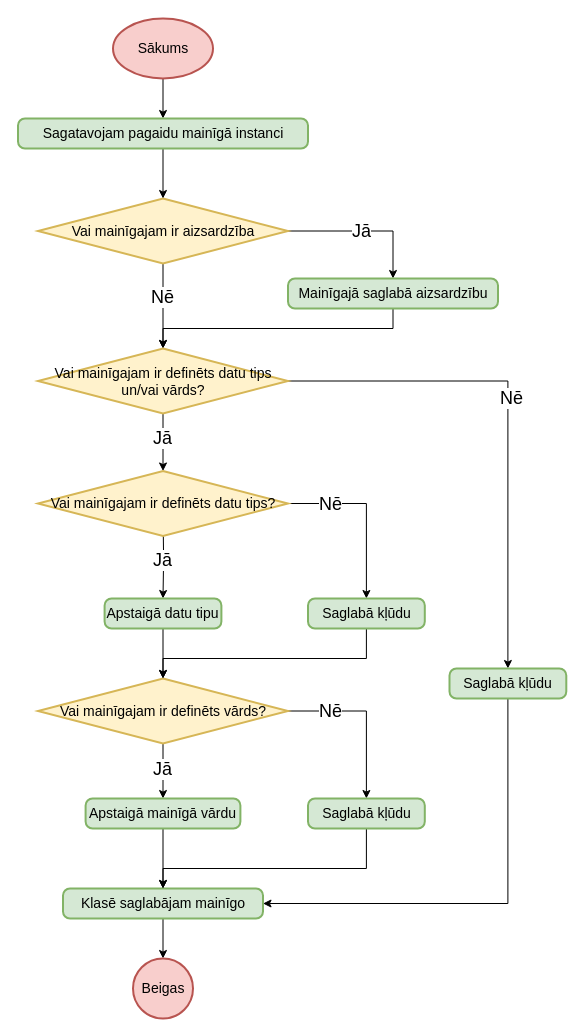
artiks12/webAppOS keeps this draw.io diagram as page "Lauka pamatkompilēšana" (2 of 5) of src/Kvalifikacijas darbs/Diagrammas/Kompilators/Lauki un mainīgie.drawio. Above is the earlier version. Source tidied: cells renumbered, new cells numbered last; positions are measured from the earlier drawing's top-left corner, leaving out a move shared by most shapes. Both pictures are drawn from the tidied source at 100%, with x=0, y=0 at pixel (18, 18).
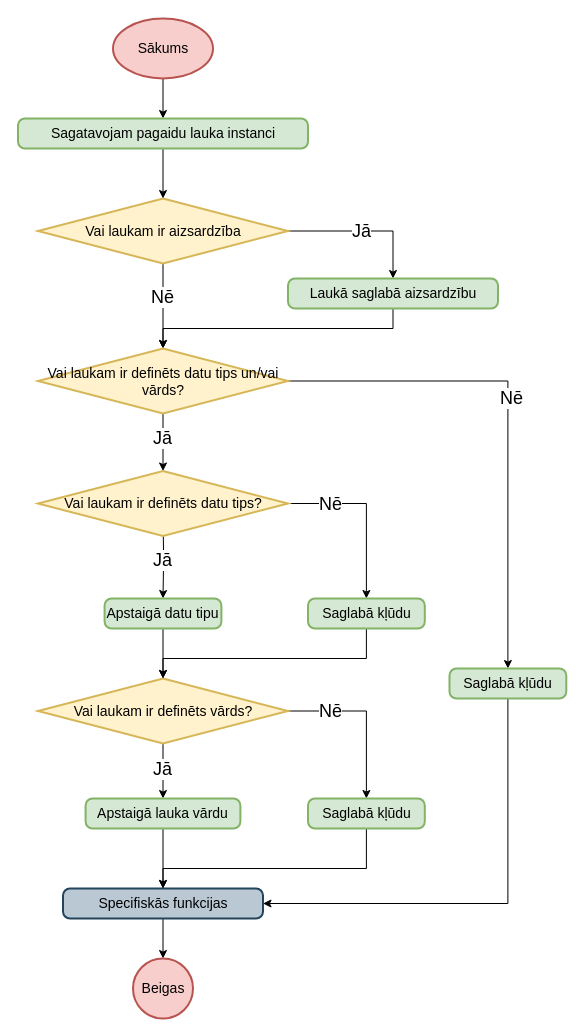
Above is the later version.

What changed in the source:
```diff
@@
-    <mxCell id="8" value="Vai mainīgajam ir aizsardzība" style="strokeWidth=2;html=1;shape=mxgraph.flowchart.decision;whiteSpace=wrap;fontSize=14;fillColor=#fff2cc;strokeColor=#d6b656;" parent="1" vertex="1">
+    <mxCell id="8" value="Vai laukam ir aizsardzība" style="strokeWidth=2;html=1;shape=mxgraph.flowchart.decision;whiteSpace=wrap;fontSize=14;fillColor=#fff2cc;strokeColor=#d6b656;" parent="1" vertex="1">
       <mxGeometry x="19.5" y="180" width="250" height="65" as="geometry" />
     </mxCell>
@@
-    <mxCell id="10" value="Sagatavojam pagaidu mainīgā instanci" style="rounded=1;whiteSpace=wrap;html=1;absoluteArcSize=1;arcSize=14;strokeWidth=2;fontSize=14;fillColor=#d5e8d4;strokeColor=#82b366;" parent="1" vertex="1">
+    <mxCell id="10" value="Sagatavojam pagaidu lauka instanci" style="rounded=1;whiteSpace=wrap;html=1;absoluteArcSize=1;arcSize=14;strokeWidth=2;fontSize=14;fillColor=#d5e8d4;strokeColor=#82b366;" parent="1" vertex="1">
       <mxGeometry x="-0.5" y="100" width="290" height="30" as="geometry" />
     </mxCell>
@@
-    <mxCell id="12" value="Mainīgajā saglabā aizsardzību" style="rounded=1;whiteSpace=wrap;html=1;absoluteArcSize=1;arcSize=14;strokeWidth=2;fontSize=14;fillColor=#d5e8d4;strokeColor=#82b366;" parent="1" vertex="1">
+    <mxCell id="12" value="Laukā saglabā aizsardzību" style="rounded=1;whiteSpace=wrap;html=1;absoluteArcSize=1;arcSize=14;strokeWidth=2;fontSize=14;fillColor=#d5e8d4;strokeColor=#82b366;" parent="1" vertex="1">
       <mxGeometry x="269.5" y="260" width="210" height="30" as="geometry" />
     </mxCell>
@@
-    <mxCell id="17" value="Vai mainīgajam ir definēts datu tips un/vai vārds?" style="strokeWidth=2;html=1;shape=mxgraph.flowchart.decision;whiteSpace=wrap;fontSize=14;fillColor=#fff2cc;strokeColor=#d6b656;" parent="1" vertex="1">
+    <mxCell id="17" value="Vai laukam ir definēts datu tips un/vai vārds?" style="strokeWidth=2;html=1;shape=mxgraph.flowchart.decision;whiteSpace=wrap;fontSize=14;fillColor=#fff2cc;strokeColor=#d6b656;" parent="1" vertex="1">
       <mxGeometry x="19.5" y="330" width="250" height="65" as="geometry" />
     </mxCell>
@@
-    <mxCell id="22" value="Klasē saglabājam mainīgo" style="rounded=1;whiteSpace=wrap;html=1;absoluteArcSize=1;arcSize=14;strokeWidth=2;fontSize=14;fillColor=#d5e8d4;strokeColor=#82b366;" parent="1" vertex="1">
+    <mxCell id="22" value="Specifiskās funkcijas" style="rounded=1;whiteSpace=wrap;html=1;absoluteArcSize=1;arcSize=14;strokeWidth=2;fontSize=14;fillColor=#bac8d3;strokeColor=#23445d;" parent="1" vertex="1">
       <mxGeometry x="44.5" y="870" width="200" height="30" as="geometry" />
     </mxCell>
@@
-    <mxCell id="25" value="Vai mainīgajam ir definēts datu tips?" style="strokeWidth=2;html=1;shape=mxgraph.flowchart.decision;whiteSpace=wrap;fontSize=14;fillColor=#fff2cc;strokeColor=#d6b656;" parent="1" vertex="1">
+    <mxCell id="25" value="Vai laukam ir definēts datu tips?" style="strokeWidth=2;html=1;shape=mxgraph.flowchart.decision;whiteSpace=wrap;fontSize=14;fillColor=#fff2cc;strokeColor=#d6b656;" parent="1" vertex="1">
       <mxGeometry x="19.5" y="452.5" width="250" height="65" as="geometry" />
     </mxCell>
@@
-    <mxCell id="28" value="Vai mainīgajam ir definēts vārds?" style="strokeWidth=2;html=1;shape=mxgraph.flowchart.decision;whiteSpace=wrap;fontSize=14;fillColor=#fff2cc;strokeColor=#d6b656;" parent="1" vertex="1">
+    <mxCell id="28" value="Vai laukam ir definēts vārds?" style="strokeWidth=2;html=1;shape=mxgraph.flowchart.decision;whiteSpace=wrap;fontSize=14;fillColor=#fff2cc;strokeColor=#d6b656;" parent="1" vertex="1">
       <mxGeometry x="19.5" y="660" width="250" height="65" as="geometry" />
     </mxCell>
@@
-    <mxCell id="33" value="Apstaigā mainīgā vārdu" style="rounded=1;whiteSpace=wrap;html=1;absoluteArcSize=1;arcSize=14;strokeWidth=2;fontSize=14;fillColor=#d5e8d4;strokeColor=#82b366;" parent="1" vertex="1">
+    <mxCell id="33" value="Apstaigā lauka vārdu" style="rounded=1;whiteSpace=wrap;html=1;absoluteArcSize=1;arcSize=14;strokeWidth=2;fontSize=14;fillColor=#d5e8d4;strokeColor=#82b366;" parent="1" vertex="1">
       <mxGeometry x="67.1" y="780" width="154.8" height="30" as="geometry" />
     </mxCell>
```
